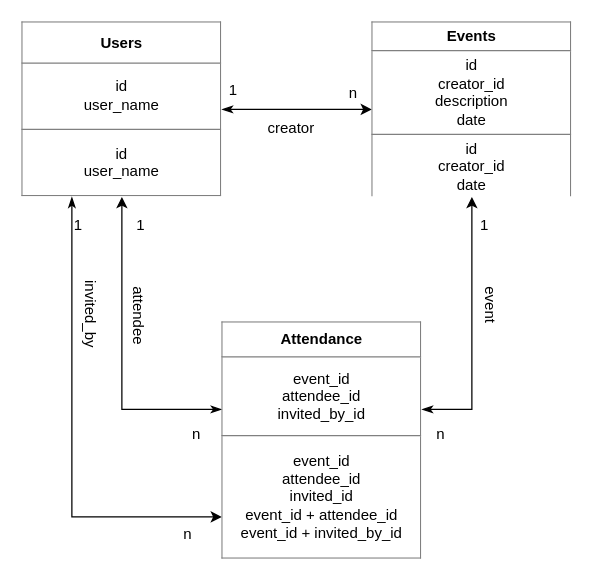
Above: design/private-events-db-design.drawio in MauricioRobayo/private-events (draw.io), before the change. Source tidied: cells renumbered, new cells numbered last; positions are measured from the earlier drawing's top-left corner, leaving out a move shared by most shapes. Both pictures are drawn from the tidied source at 125%, with x=0, y=0 at pixel (21, 21).
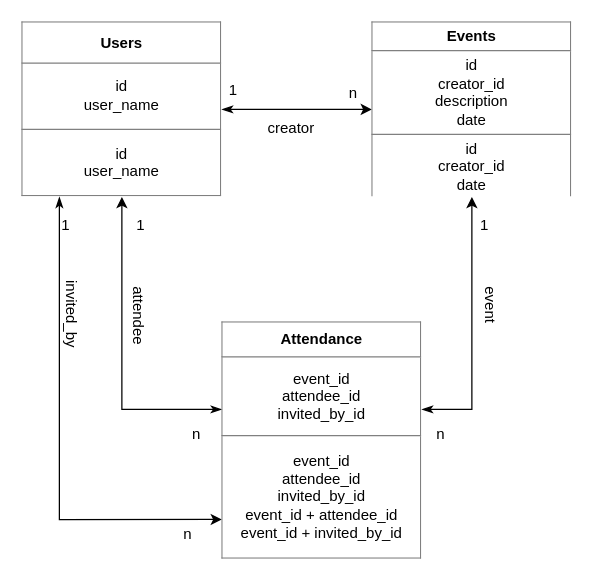
After the change.

Commit message (it also covers changes not shown here):
Generate attendance model

Unchanged cells that the change refers to:
```xml
<mxCell id="4" value="&lt;table border=&quot;1&quot; width=&quot;100%&quot; cellpadding=&quot;4&quot; style=&quot;width: 100% ; height: 100% ; border-collapse: collapse&quot;&gt;&lt;tbody&gt;&lt;tr&gt;&lt;th align=&quot;center&quot;&gt;&lt;b&gt;Users&lt;/b&gt;&lt;/th&gt;&lt;/tr&gt;&lt;tr&gt;&lt;td align=&quot;center&quot;&gt;id&lt;br&gt;user_name&lt;/td&gt;&lt;/tr&gt;&lt;tr&gt;&lt;td align=&quot;center&quot;&gt;id&lt;br&gt;user_name&lt;br&gt;&lt;/td&gt;&lt;/tr&gt;&lt;/tbody&gt;&lt;/table&gt;" style="text;html=1;strokeColor=none;fillColor=none;overflow=fill;" parent="1" vertex="1">
  <mxGeometry width="160" height="140" as="geometry" />
</mxCell>
```

The edit, as a diff of the source:
```diff
@@
-    <mxCell id="3" style="edgeStyle=orthogonalEdgeStyle;rounded=0;jettySize=auto;html=1;startArrow=classicThin;startFill=1;" parent="1" edge="1" source="4">
-      <mxGeometry relative="1" as="geometry">
-        <mxPoint x="160" y="396" as="targetPoint" />
-        <Array as="points">
-          <mxPoint x="40" y="396" />
-        </Array>
-      </mxGeometry>
-    </mxCell>
+    <mxCell id="21" style="edgeStyle=orthogonalEdgeStyle;rounded=0;jettySize=auto;html=1;entryX=0;entryY=0.832;entryDx=0;entryDy=0;entryPerimeter=0;startArrow=classicThin;startFill=1;" parent="1" edge="1" source="4" target="8">
+      <mxGeometry relative="1" as="geometry">
+        <Array as="points">
+          <mxPoint x="30" y="398" />
+        </Array>
+      </mxGeometry>
+    </mxCell>
@@
-    <mxCell id="8" value="&lt;table border=&quot;1&quot; width=&quot;100%&quot; cellpadding=&quot;4&quot; style=&quot;width: 100% ; height: 100% ; border-collapse: collapse&quot;&gt;&lt;tbody&gt;&lt;tr&gt;&lt;th align=&quot;center&quot;&gt;&lt;b&gt;Attendance&lt;/b&gt;&lt;/th&gt;&lt;/tr&gt;&lt;tr&gt;&lt;td align=&quot;center&quot;&gt;event_id&lt;br&gt;attendee_id&lt;br&gt;invited_by_id&lt;/td&gt;&lt;/tr&gt;&lt;tr&gt;&lt;td align=&quot;center&quot;&gt;event_id&lt;br&gt;attendee_id&lt;br&gt;invited_id&lt;br&gt;event_id +&amp;nbsp;attendee_id&lt;br&gt;event_id + invited_by_id&lt;br&gt;&lt;/td&gt;&lt;/tr&gt;&lt;/tbody&gt;&lt;/table&gt;" style="text;html=1;strokeColor=none;fillColor=none;overflow=fill;" parent="1" vertex="1">
+    <mxCell id="8" value="&lt;table border=&quot;1&quot; width=&quot;100%&quot; cellpadding=&quot;4&quot; style=&quot;width: 100% ; height: 100% ; border-collapse: collapse&quot;&gt;&lt;tbody&gt;&lt;tr&gt;&lt;th align=&quot;center&quot;&gt;&lt;b&gt;Attendance&lt;/b&gt;&lt;/th&gt;&lt;/tr&gt;&lt;tr&gt;&lt;td align=&quot;center&quot;&gt;event_id&lt;br&gt;attendee_id&lt;br&gt;invited_by_id&lt;/td&gt;&lt;/tr&gt;&lt;tr&gt;&lt;td align=&quot;center&quot;&gt;event_id&lt;br&gt;attendee_id&lt;br&gt;invited_by_id&lt;br&gt;event_id +&amp;nbsp;attendee_id&lt;br&gt;event_id + invited_by_id&lt;br&gt;&lt;/td&gt;&lt;/tr&gt;&lt;/tbody&gt;&lt;/table&gt;" style="text;html=1;strokeColor=none;fillColor=none;overflow=fill;" parent="1" vertex="1">
       <mxGeometry x="160" y="240" width="160" height="190" as="geometry" />
     </mxCell>
@@
     <mxCell id="17" value="invited_by" style="text;html=1;align=left;verticalAlign=top;spacingTop=-4;rotation=90;" parent="1" vertex="1">
-      <mxGeometry x="20" y="230" width="70" height="20" as="geometry" />
+      <mxGeometry x="5" y="230" width="70" height="20" as="geometry" />
     </mxCell>
@@
     <mxCell id="19" value="1" style="text;html=1;align=left;verticalAlign=top;spacingTop=-4;" parent="1" vertex="1">
-      <mxGeometry x="40" y="153" width="20" height="20" as="geometry" />
+      <mxGeometry x="30" y="153" width="20" height="20" as="geometry" />
     </mxCell>
```
